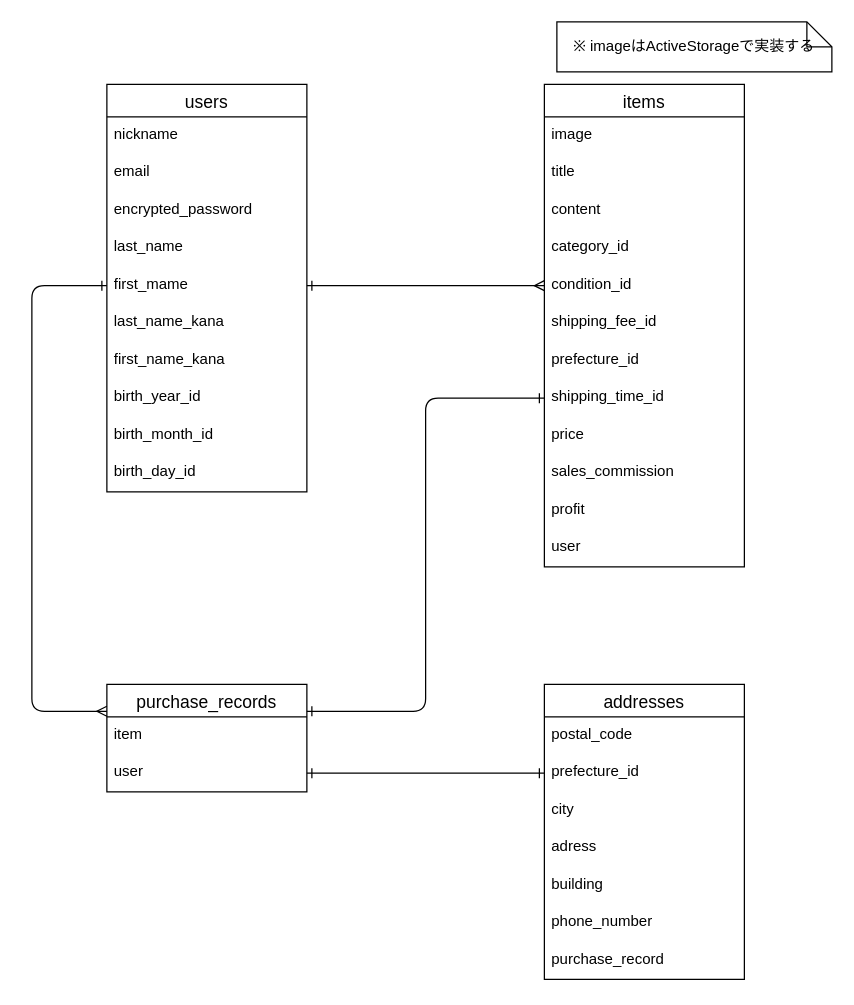
Before: er.dio in Matsuo556/furima-37476, a draw.io diagram. Source tidied: cells renumbered, new cells numbered last; positions are measured from the earlier drawing's top-left corner, leaving out a move shared by most shapes. Both pictures are drawn from the tidied source at 125%, with x=0, y=0 at pixel (31, 21).
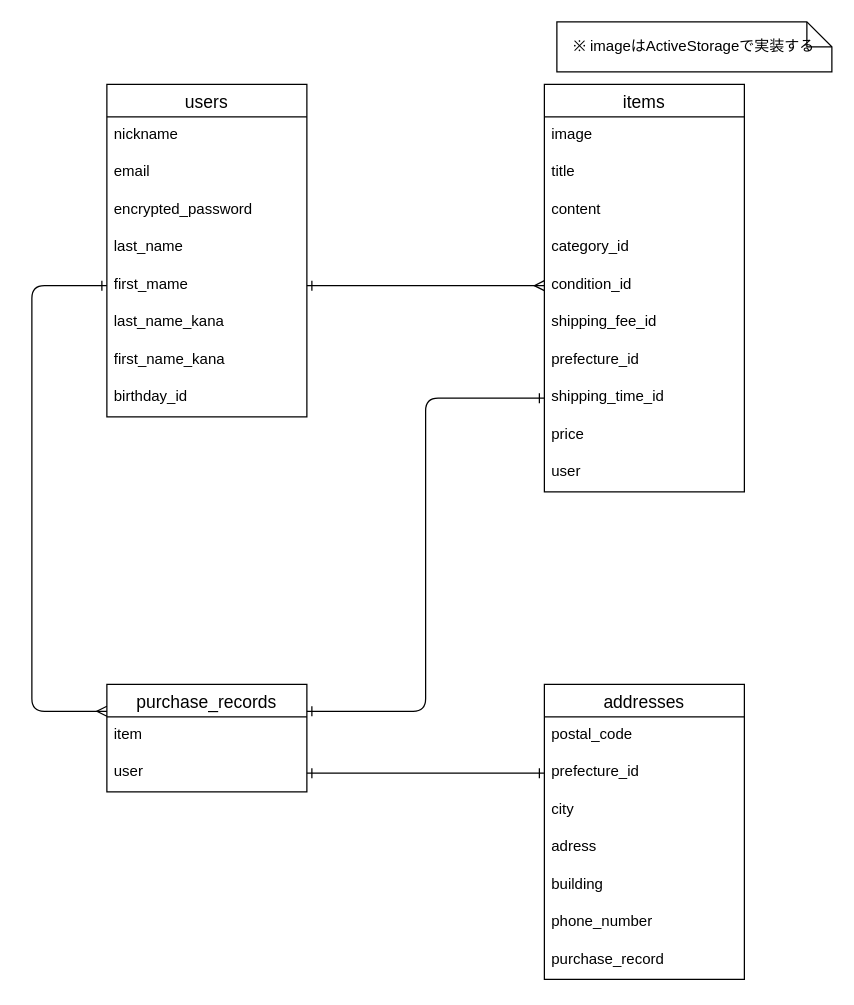
Above is the later version.

Commit message (it also covers changes not shown here):
ER図とREADMEを修正#1

Change to the diagram source:
```diff
@@
     <mxCell id="2" value="users" style="swimlane;fontStyle=0;horizontal=1;startSize=26;align=center;fontSize=14;" parent="1" vertex="1">
-      <mxGeometry x="60" y="50" width="160" height="326" as="geometry" />
+      <mxGeometry x="60" y="50" width="160" height="266" as="geometry" />
     </mxCell>
@@
-    <mxCell id="10" value="birth_year_id" style="text;strokeColor=none;fillColor=none;spacingLeft=4;spacingRight=4;overflow=hidden;fontSize=12;" parent="2" vertex="1">
-      <mxGeometry y="236" width="160" height="30" as="geometry" />
-    </mxCell>
-    <mxCell id="11" value="birth_month_id" style="text;strokeColor=none;fillColor=none;spacingLeft=4;spacingRight=4;overflow=hidden;fontSize=12;" parent="2" vertex="1">
-      <mxGeometry y="266" width="160" height="30" as="geometry" />
-    </mxCell>
-    <mxCell id="12" value="birth_day_id" style="text;strokeColor=none;fillColor=none;spacingLeft=4;spacingRight=4;overflow=hidden;fontSize=12;" parent="2" vertex="1">
-      <mxGeometry y="296" width="160" height="30" as="geometry" />
+    <mxCell id="12" value="birthday_id" style="text;strokeColor=none;fillColor=none;spacingLeft=4;spacingRight=4;overflow=hidden;fontSize=12;" parent="2" vertex="1">
+      <mxGeometry y="236" width="160" height="30" as="geometry" />
     </mxCell>
     <mxCell id="13" value="items" style="swimlane;fontStyle=0;horizontal=1;startSize=26;align=center;fontSize=14;" parent="1" vertex="1">
-      <mxGeometry x="410" y="50" width="160" height="386" as="geometry" />
+      <mxGeometry x="410" y="50" width="160" height="326" as="geometry" />
     </mxCell>
@@
-    <mxCell id="23" value="sales_commission" style="text;strokeColor=none;fillColor=none;spacingLeft=4;spacingRight=4;overflow=hidden;fontSize=12;" parent="13" vertex="1">
-      <mxGeometry y="296" width="160" height="30" as="geometry" />
-    </mxCell>
-    <mxCell id="24" value="profit" style="text;strokeColor=none;fillColor=none;spacingLeft=4;spacingRight=4;overflow=hidden;fontSize=12;" parent="13" vertex="1">
-      <mxGeometry y="326" width="160" height="30" as="geometry" />
-    </mxCell>
     <mxCell id="25" value="user" style="text;strokeColor=none;fillColor=none;spacingLeft=4;spacingRight=4;overflow=hidden;fontSize=12;" parent="13" vertex="1">
-      <mxGeometry y="356" width="160" height="30" as="geometry" />
+      <mxGeometry y="296" width="160" height="30" as="geometry" />
     </mxCell>
```
